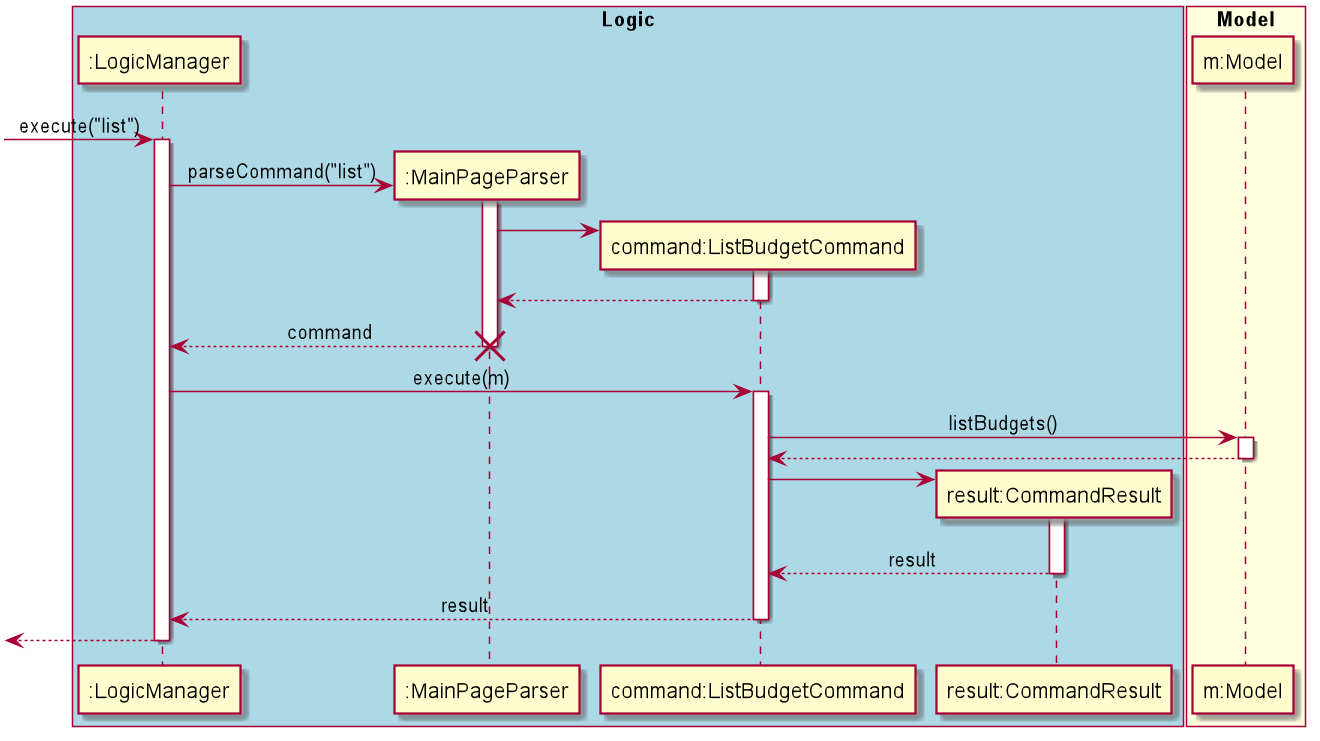
The PlantUML diagram docs/diagrams/commandsPlantUML/diagram/ListBudgetCommand.png in yu-ming-chen/tp, before a commit.
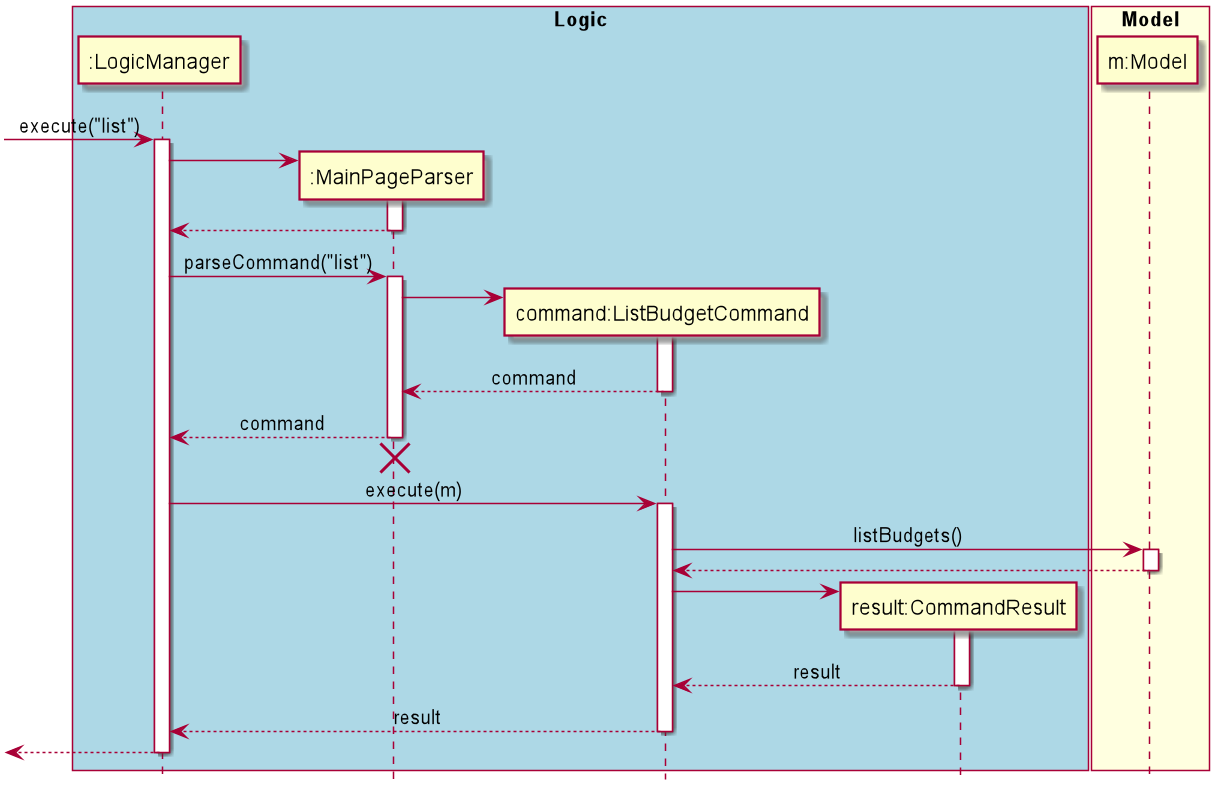
After the change.

The edit, as a diff of the source:
```diff
@@ -1,4 +1,5 @@
 @startuml
+hide footbox
 skinparam Sequence {
     MessageAlign center
 }
@@ -16,18 +17,25 @@
 [-> LM : execute("list")
 activate LM
 create MPP
+LM -> MPP
+activate MPP
+LM <-- MPP
+deactivate MPP
+
 LM -> MPP : parseCommand("list")
 activate MPP
 
 create LBC
 MPP -> LBC
 activate LBC
-MPP <-- LBC
+MPP <-- LBC : command
 deactivate LBC
 LM <-- MPP : command
+
+deactivate MPP
+LM <-[hidden]- MPP
 destroy MPP
 
-deactivate MPP
 LM -> LBC : execute(m)
 activate LBC
 
```
